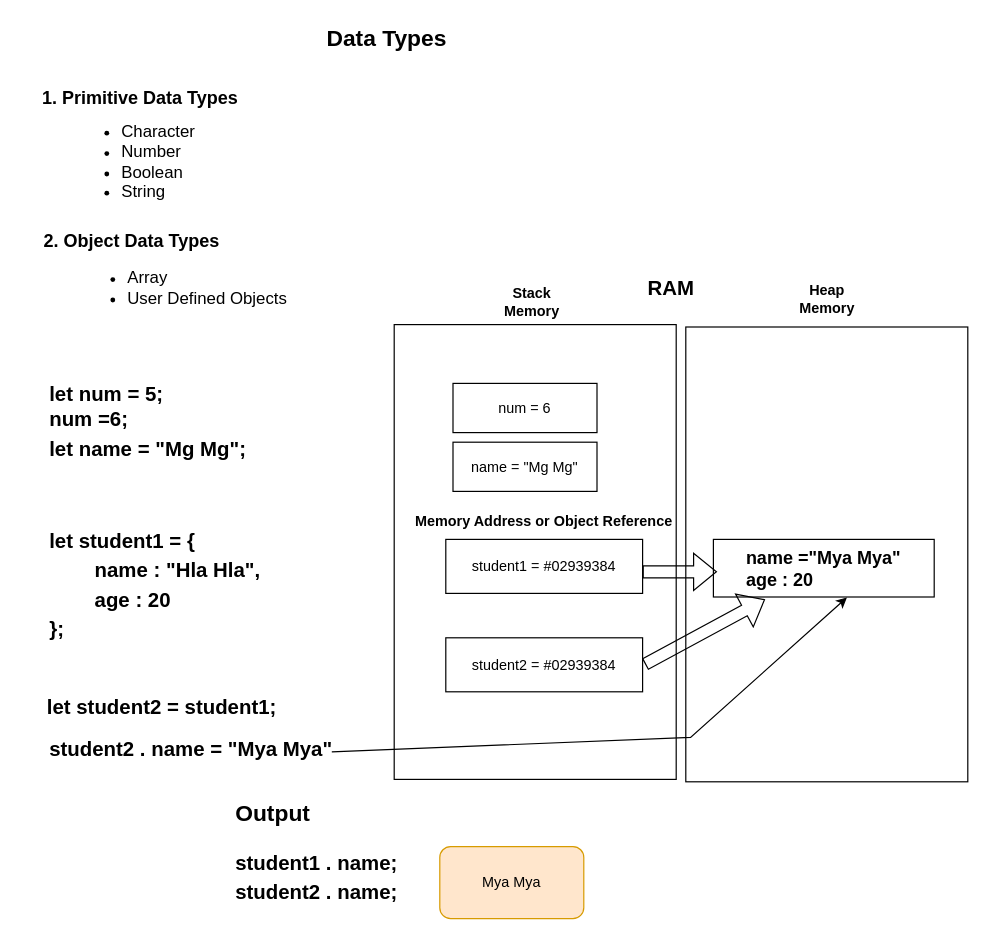
Above: page "Object Reference" (11 of 14) of JS Client Server.drawio in phyowaihtoon/JavaScriptCourse-Batch1 (draw.io), before the change. Source tidied: cells renumbered, new cells numbered last; positions are measured from the earlier drawing's top-left corner, leaving out a move shared by most shapes. Both pictures are drawn from the tidied source at 120%, with x=0, y=0 at pixel (20, 20).
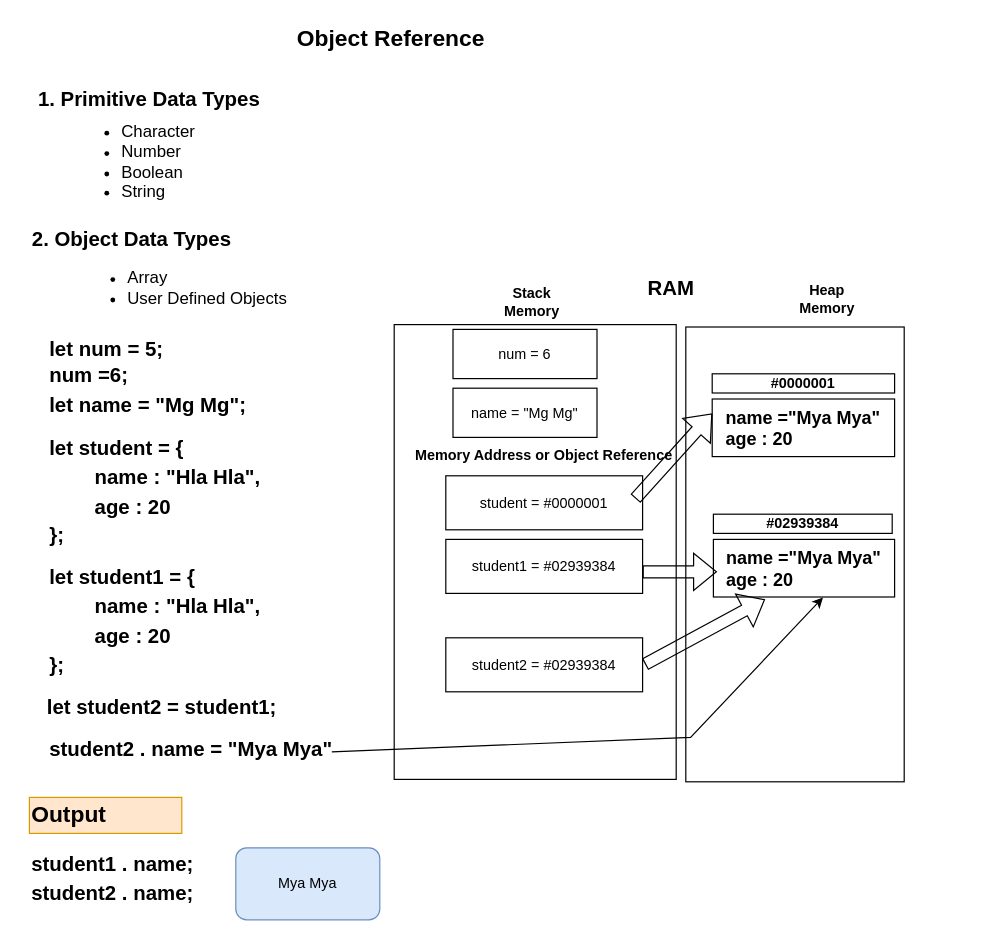
Above is the later version.

Diff of the diagram source:
```diff
@@
     <mxCell id="2" style="rounded=0;whiteSpace=wrap;html=1;" parent="1" vertex="1">
-      <mxGeometry x="554" y="255" width="235" height="379" as="geometry" />
+      <mxGeometry x="554" y="255" width="182" height="379" as="geometry" />
     </mxCell>
@@
-    <mxCell id="4" value="Data Types" style="text;html=1;whiteSpace=wrap;strokeColor=none;fillColor=none;align=center;verticalAlign=middle;rounded=0;fontSize=19;fontStyle=1;" parent="1" vertex="1">
-      <mxGeometry x="250" width="110" height="30" as="geometry" />
+    <mxCell id="4" value="Object Reference" style="text;html=1;whiteSpace=wrap;strokeColor=none;fillColor=none;align=center;verticalAlign=middle;rounded=0;fontSize=19;fontStyle=1;" parent="1" vertex="1">
+      <mxGeometry x="198" width="221" height="30" as="geometry" />
     </mxCell>
-    <mxCell id="5" value="1. Primitive Data Types" style="text;html=1;whiteSpace=wrap;strokeColor=none;fillColor=none;align=center;verticalAlign=middle;rounded=0;fontStyle=1;fontSize=15;" parent="1" vertex="1">
-      <mxGeometry x="7" y="49" width="185" height="30" as="geometry" />
+    <mxCell id="5" value="1. Primitive Data Types" style="text;html=1;whiteSpace=wrap;strokeColor=none;fillColor=none;align=center;verticalAlign=middle;rounded=0;fontStyle=1;fontSize=17;" parent="1" vertex="1">
+      <mxGeometry y="51" width="214" height="30" as="geometry" />
     </mxCell>
@@
-    <mxCell id="7" value="2. Object Data Types" style="text;html=1;whiteSpace=wrap;strokeColor=none;fillColor=none;align=center;verticalAlign=middle;rounded=0;fontStyle=1;fontSize=15;" parent="1" vertex="1">
+    <mxCell id="7" value="2. Object Data Types" style="text;html=1;whiteSpace=wrap;strokeColor=none;fillColor=none;align=center;verticalAlign=middle;rounded=0;fontStyle=1;fontSize=17;" parent="1" vertex="1">
       <mxGeometry y="168" width="185" height="30" as="geometry" />
     </mxCell>
@@
     <mxCell id="9" value="num = 6" style="rounded=0;whiteSpace=wrap;html=1;" parent="1" vertex="1">
-      <mxGeometry x="360" y="302" width="120" height="41" as="geometry" />
+      <mxGeometry x="360" y="257" width="120" height="41" as="geometry" />
     </mxCell>
     <mxCell id="10" value="let num = 5;&lt;div&gt;num =6;&lt;/div&gt;" style="text;html=1;whiteSpace=wrap;strokeColor=none;fillColor=none;align=left;verticalAlign=middle;rounded=0;fontStyle=1;fontSize=17;" parent="1" vertex="1">
-      <mxGeometry x="22" y="294" width="147" height="55" as="geometry" />
+      <mxGeometry x="22" y="257" width="147" height="55" as="geometry" />
     </mxCell>
@@
     <mxCell id="12" value="let name = &quot;Mg Mg&quot;;" style="text;html=1;whiteSpace=wrap;strokeColor=none;fillColor=none;align=left;verticalAlign=middle;rounded=0;fontStyle=1;fontSize=17;" parent="1" vertex="1">
-      <mxGeometry x="22" y="343" width="185" height="30" as="geometry" />
+      <mxGeometry x="22" y="306" width="185" height="30" as="geometry" />
     </mxCell>
     <mxCell id="13" value="name = &quot;Mg Mg&quot;" style="rounded=0;whiteSpace=wrap;html=1;" parent="1" vertex="1">
-      <mxGeometry x="360" y="351" width="120" height="41" as="geometry" />
+      <mxGeometry x="360" y="306" width="120" height="41" as="geometry" />
     </mxCell>
     <mxCell id="14" value="&lt;font style=&quot;font-size: 17px;&quot;&gt;let student1 = {&lt;/font&gt;&lt;div&gt;&lt;font style=&quot;font-size: 17px;&quot;&gt;&lt;span style=&quot;white-space: pre;&quot;&gt;&#9;&lt;/span&gt;name : &quot;Hla Hla&quot;,&lt;br&gt;&lt;/font&gt;&lt;/div&gt;&lt;div&gt;&lt;font style=&quot;font-size: 17px;&quot;&gt;&lt;span style=&quot;white-space: pre;&quot;&gt;&#9;&lt;/span&gt;age : 20&lt;/font&gt;&lt;/div&gt;&lt;div&gt;&lt;font style=&quot;font-size: 17px;&quot;&gt;};&lt;/font&gt;&lt;/div&gt;" style="text;html=1;whiteSpace=wrap;strokeColor=none;fillColor=none;align=left;verticalAlign=middle;rounded=0;fontStyle=1;fontSize=20;" parent="1" vertex="1">
-      <mxGeometry x="22" y="427" width="246" height="83" as="geometry" />
+      <mxGeometry x="22" y="457" width="246" height="83" as="geometry" />
     </mxCell>
@@
     <mxCell id="16" value="Memory Address or Object Reference" style="text;html=1;whiteSpace=wrap;strokeColor=none;fillColor=none;align=center;verticalAlign=middle;rounded=0;fontStyle=1;" parent="1" vertex="1">
-      <mxGeometry x="315" y="402" width="242" height="30" as="geometry" />
+      <mxGeometry x="315" y="347" width="242" height="30" as="geometry" />
     </mxCell>
     <mxCell id="17" value="&lt;div style=&quot;font-weight: 700; text-align: left;&quot;&gt;&lt;font&gt;name =&quot;Mya Mya&quot;&lt;/font&gt;&lt;/div&gt;&lt;div style=&quot;font-weight: 700; text-align: left;&quot;&gt;&lt;font&gt;age : 20&lt;/font&gt;&lt;/div&gt;" style="rounded=0;whiteSpace=wrap;html=1;fontSize=15;" parent="1" vertex="1">
-      <mxGeometry x="577" y="432" width="184" height="48" as="geometry" />
+      <mxGeometry x="577" y="432" width="151" height="48" as="geometry" />
     </mxCell>
@@
-    <mxCell id="23" value="Output" style="text;html=1;whiteSpace=wrap;strokeColor=none;fillColor=none;align=left;verticalAlign=middle;rounded=0;fontStyle=1;fontSize=19;" parent="1" vertex="1">
-      <mxGeometry x="177" y="646" width="127" height="30" as="geometry" />
+    <mxCell id="23" value="Output" style="text;html=1;whiteSpace=wrap;strokeColor=#d79b00;fillColor=#ffe6cc;align=left;verticalAlign=middle;rounded=0;fontStyle=1;fontSize=19;" parent="1" vertex="1">
+      <mxGeometry x="7" y="647" width="127" height="30" as="geometry" />
     </mxCell>
     <mxCell id="24" value="&lt;font style=&quot;font-size: 17px;&quot;&gt;student1 . name;&lt;/font&gt;" style="text;html=1;whiteSpace=wrap;strokeColor=none;fillColor=none;align=left;verticalAlign=middle;rounded=0;fontStyle=1;fontSize=20;" parent="1" vertex="1">
-      <mxGeometry x="177" y="688" width="246" height="25" as="geometry" />
+      <mxGeometry x="7" y="689" width="246" height="25" as="geometry" />
     </mxCell>
     <mxCell id="25" value="&lt;font style=&quot;font-size: 17px;&quot;&gt;student2 . name;&lt;/font&gt;" style="text;html=1;whiteSpace=wrap;strokeColor=none;fillColor=none;align=left;verticalAlign=middle;rounded=0;fontStyle=1;fontSize=20;" parent="1" vertex="1">
-      <mxGeometry x="177" y="703" width="246" height="43" as="geometry" />
+      <mxGeometry x="7" y="704" width="246" height="43" as="geometry" />
     </mxCell>
-    <mxCell id="26" value="Mya Mya" style="rounded=1;whiteSpace=wrap;html=1;fillColor=#ffe6cc;strokeColor=#d79b00;" parent="1" vertex="1">
-      <mxGeometry x="349" y="688" width="120" height="60" as="geometry" />
+    <mxCell id="26" value="Mya Mya" style="rounded=1;whiteSpace=wrap;html=1;fillColor=#dae8fc;strokeColor=#6c8ebf;" parent="1" vertex="1">
+      <mxGeometry x="179" y="689" width="120" height="60" as="geometry" />
     </mxCell>
@@
+    <mxCell id="30" value="#02939384" style="rounded=0;whiteSpace=wrap;html=1;fontStyle=1;" parent="1" vertex="1">
+      <mxGeometry x="577" y="411" width="149" height="16" as="geometry" />
+    </mxCell>
+    <mxCell id="31" value="#0000001" style="rounded=0;whiteSpace=wrap;html=1;fontStyle=1;" parent="1" vertex="1">
+      <mxGeometry x="576" y="294" width="152" height="16" as="geometry" />
+    </mxCell>
+    <mxCell id="32" value="&lt;div style=&quot;font-weight: 700; text-align: left;&quot;&gt;&lt;font&gt;name =&quot;Mya Mya&quot;&lt;/font&gt;&lt;/div&gt;&lt;div style=&quot;font-weight: 700; text-align: left;&quot;&gt;&lt;font&gt;age : 20&lt;/font&gt;&lt;/div&gt;" style="rounded=0;whiteSpace=wrap;html=1;fontSize=15;" parent="1" vertex="1">
+      <mxGeometry x="576" y="315" width="152" height="48" as="geometry" />
+    </mxCell>
+    <mxCell id="33" value="&lt;font style=&quot;font-size: 17px;&quot;&gt;let student = {&lt;/font&gt;&lt;div&gt;&lt;font style=&quot;font-size: 17px;&quot;&gt;&lt;span style=&quot;white-space: pre;&quot;&gt;&#9;&lt;/span&gt;name : &quot;Hla Hla&quot;,&lt;br&gt;&lt;/font&gt;&lt;/div&gt;&lt;div&gt;&lt;font style=&quot;font-size: 17px;&quot;&gt;&lt;span style=&quot;white-space: pre;&quot;&gt;&#9;&lt;/span&gt;age : 20&lt;/font&gt;&lt;/div&gt;&lt;div&gt;&lt;font style=&quot;font-size: 17px;&quot;&gt;};&lt;/font&gt;&lt;/div&gt;" style="text;html=1;whiteSpace=wrap;strokeColor=none;fillColor=none;align=left;verticalAlign=middle;rounded=0;fontStyle=1;fontSize=20;" parent="1" vertex="1">
+      <mxGeometry x="22" y="349" width="246" height="83" as="geometry" />
+    </mxCell>
+    <mxCell id="34" value="student = #0000001" style="rounded=0;whiteSpace=wrap;html=1;" parent="1" vertex="1">
+      <mxGeometry x="354" y="379" width="164" height="45" as="geometry" />
+    </mxCell>
+    <mxCell id="35" style="shape=flexArrow;endArrow=classic;html=1;rounded=0;entryX=0;entryY=0.25;entryDx=0;entryDy=0;" parent="1" edge="1" target="32">
+      <mxGeometry relative="1" as="geometry">
+        <mxPoint x="512" y="398" as="sourcePoint" />
+      </mxGeometry>
+    </mxCell>
```
